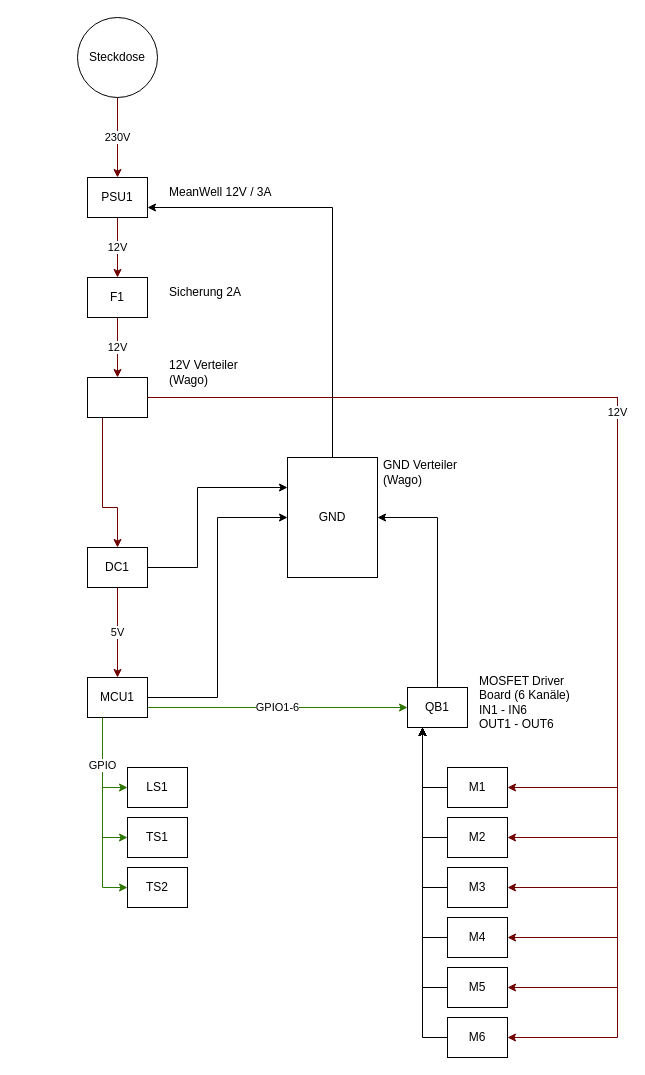
Before: 02_Elektrik.drawio in ChrisTinkers/SmartSprout, a draw.io diagram. Source tidied: cells renumbered, new cells numbered last; positions are measured from the earlier drawing's top-left corner, leaving out a move shared by most shapes. Both pictures are drawn from the tidied source at 100%, with x=0, y=0 at pixel (77, 17).
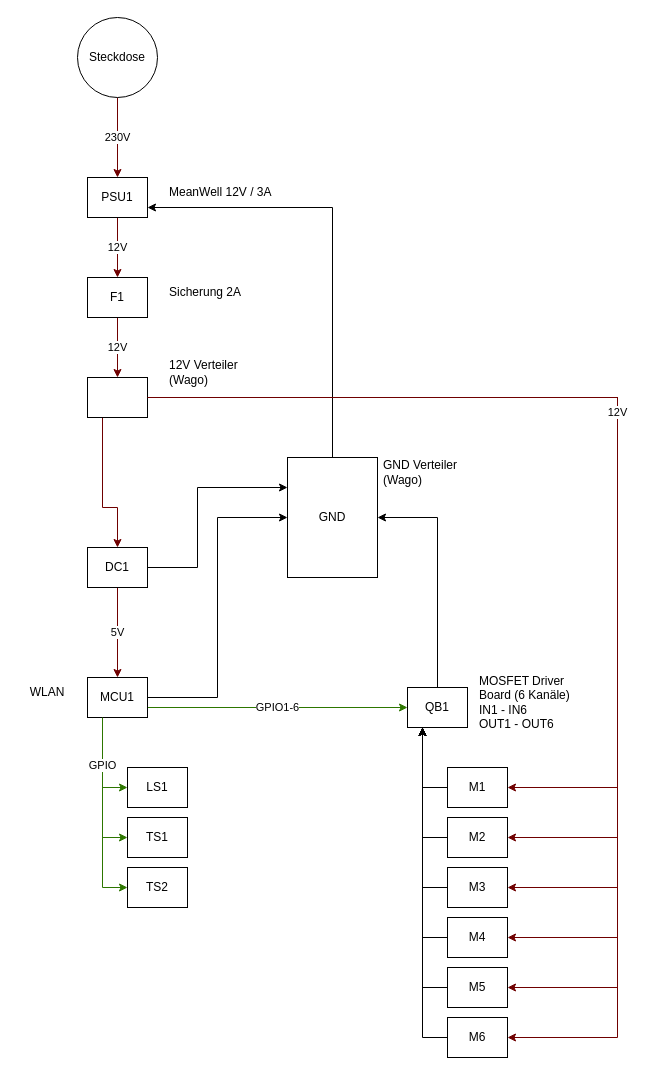
The same diagram, later.

Diff of the diagram source:
```diff
@@
+    <mxCell id="49" value="WLAN" style="text;html=1;whiteSpace=wrap;strokeColor=none;fillColor=none;align=center;verticalAlign=middle;rounded=0;" parent="1" vertex="1">
+      <mxGeometry x="-60" y="660" width="60" height="30" as="geometry" />
+    </mxCell>
```
